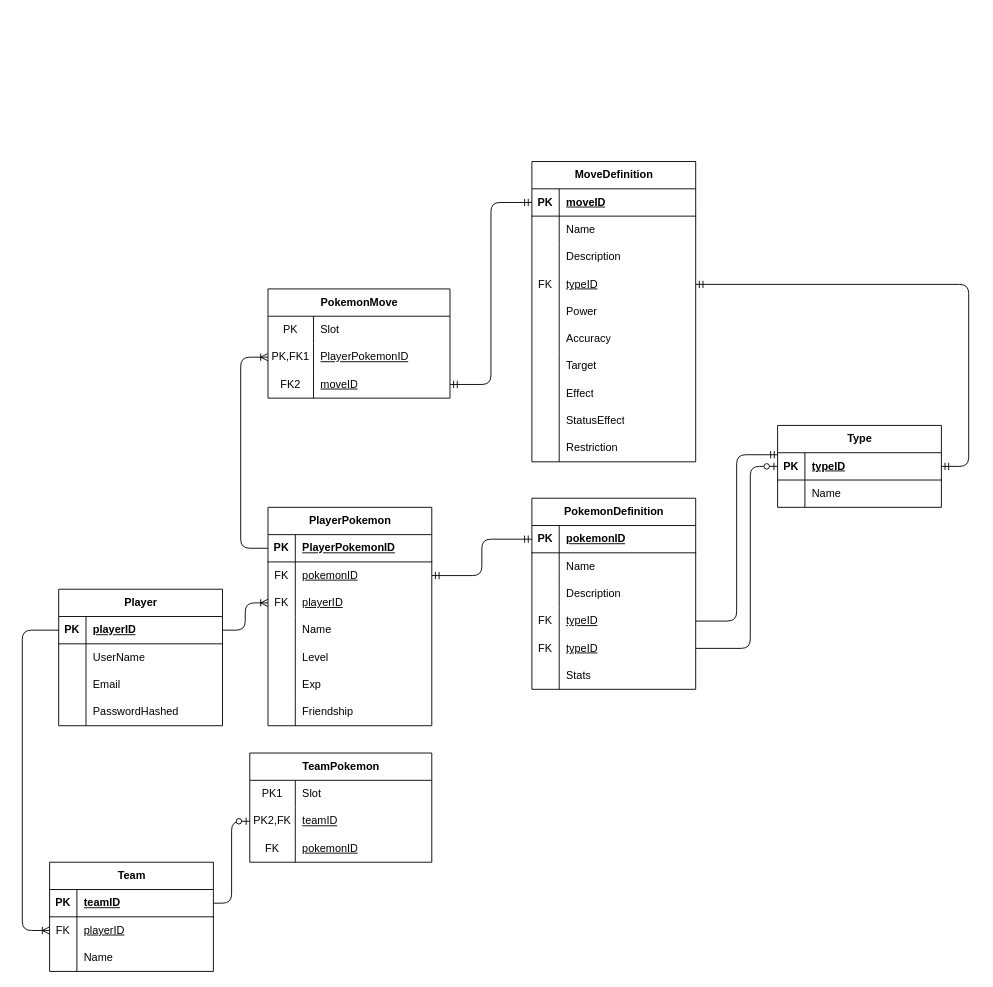
Crythemoon/PokemonBoardGame keeps this draw.io diagram as planning/database/gameMechanicsEERD.drawio. Above is the earlier version. Source tidied: cells renumbered, new cells numbered last; positions are measured from the earlier drawing's top-left corner, leaving out a move shared by most shapes. Both pictures are drawn from the tidied source at 91%, with x=0, y=0 at pixel (22, 161).
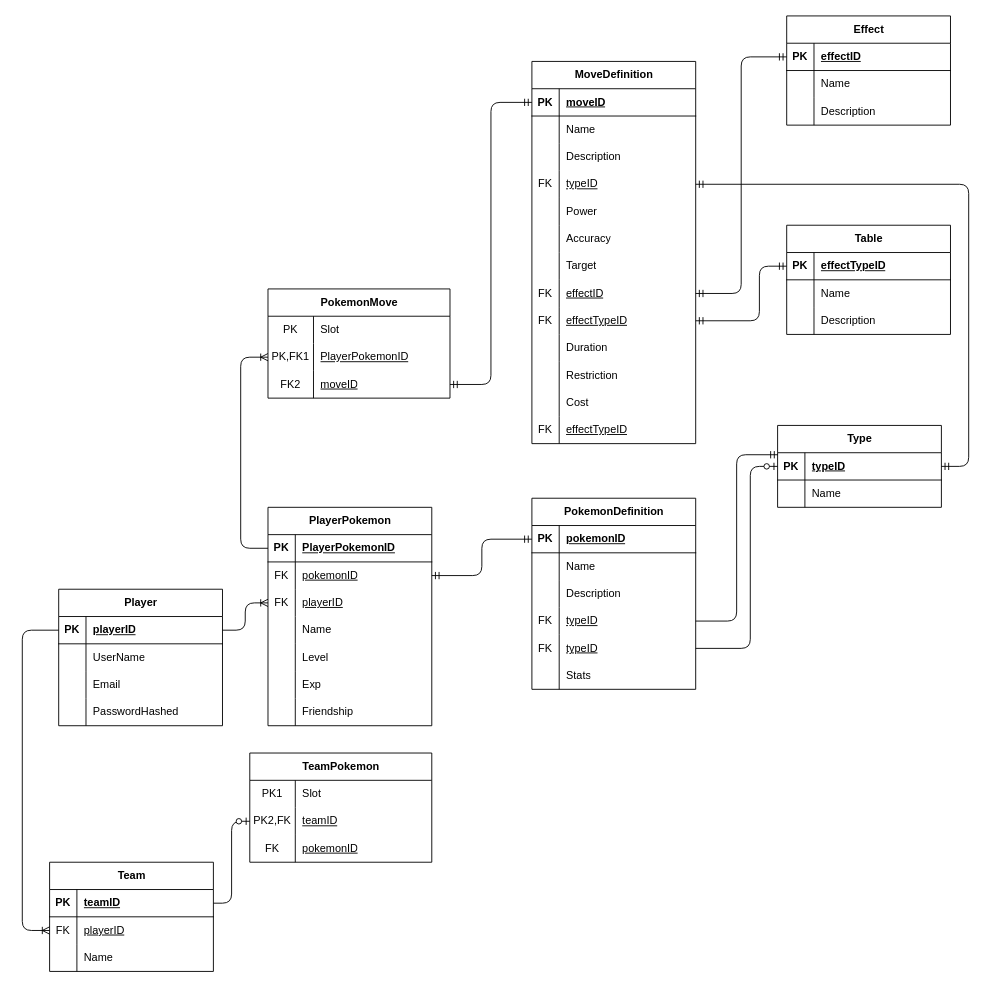
After the change.

The change refers to these unchanged cells:
```xml
<mxCell id="79" style="shape=tableRow;horizontal=0;startSize=0;swimlaneHead=0;swimlaneBody=0;fillColor=none;points=[[0,0.5],[1,0.5]];portConstraint=eastwest;top=0;left=0;right=0;bottom=0;" parent="69" vertex="1">
  <mxGeometry y="120" width="180" height="30" as="geometry" />
</mxCell>
<mxCell id="91" style="shape=tableRow;horizontal=0;startSize=0;swimlaneHead=0;swimlaneBody=0;fillColor=none;points=[[0,0.5],[1,0.5]];portConstraint=eastwest;top=0;left=0;right=0;bottom=0;" parent="69" vertex="1">
  <mxGeometry y="240" width="180" height="30" as="geometry" />
</mxCell>
<mxCell id="124" style="shape=tableRow;horizontal=0;startSize=0;swimlaneHead=0;swimlaneBody=0;fillColor=none;points=[[0,0.5],[1,0.5]];portConstraint=eastwest;top=0;left=0;right=0;bottom=1;" parent="123" vertex="1">
  <mxGeometry y="30" width="180" height="30" as="geometry" />
</mxCell>
```

Diff of the diagram source:
```diff
@@
     <mxCell id="69" value="MoveDefinition" style="shape=table;startSize=30;childLayout=tableLayout;rowLines=0;fontStyle=1;align=center;html=1;" parent="1" vertex="1">
-      <mxGeometry x="560" width="180" height="330" as="geometry" />
+      <mxGeometry x="560" y="-110" width="180" height="420" as="geometry" />
     </mxCell>
@@
-    <mxCell id="92" style="shape=partialRectangle;fillColor=none;top=0;left=0;bottom=0;right=0;overflow=hidden;whiteSpace=wrap;html=1;" parent="91" vertex="1">
+    <mxCell id="92" value="FK" style="shape=partialRectangle;fillColor=none;top=0;left=0;bottom=0;right=0;overflow=hidden;whiteSpace=wrap;html=1;" parent="91" vertex="1">
       <mxGeometry width="30" height="30" as="geometry" />
     </mxCell>
-    <mxCell id="93" value="Effect" style="shape=partialRectangle;fillColor=none;top=0;left=0;bottom=0;right=0;align=left;spacingLeft=6;overflow=hidden;whiteSpace=wrap;html=1;" parent="91" vertex="1">
+    <mxCell id="93" value="&lt;u&gt;effectID&lt;/u&gt;" style="shape=partialRectangle;fillColor=none;top=0;left=0;bottom=0;right=0;align=left;spacingLeft=6;overflow=hidden;whiteSpace=wrap;html=1;" parent="91" vertex="1">
       <mxGeometry x="30" width="150" height="30" as="geometry" />
     </mxCell>
+    <mxCell id="133" style="shape=tableRow;horizontal=0;startSize=0;swimlaneHead=0;swimlaneBody=0;fillColor=none;points=[[0,0.5],[1,0.5]];portConstraint=eastwest;top=0;left=0;right=0;bottom=0;" parent="69" vertex="1">
+      <mxGeometry y="270" width="180" height="30" as="geometry" />
+    </mxCell>
+    <mxCell id="134" value="FK" style="shape=partialRectangle;fillColor=none;top=0;left=0;bottom=0;right=0;overflow=hidden;whiteSpace=wrap;html=1;" parent="133" vertex="1">
+      <mxGeometry width="30" height="30" as="geometry" />
+    </mxCell>
+    <mxCell id="135" value="&lt;u&gt;effectTypeID&lt;/u&gt;" style="shape=partialRectangle;fillColor=none;top=0;left=0;bottom=0;right=0;align=left;spacingLeft=6;overflow=hidden;whiteSpace=wrap;html=1;" parent="133" vertex="1">
+      <mxGeometry x="30" width="150" height="30" as="geometry" />
+    </mxCell>
     <mxCell id="94" style="shape=tableRow;horizontal=0;startSize=0;swimlaneHead=0;swimlaneBody=0;fillColor=none;top=0;left=0;right=0;bottom=0;" parent="69" vertex="1">
-      <mxGeometry y="270" width="180" height="30" as="geometry" />
+      <mxGeometry y="300" width="180" height="30" as="geometry" />
     </mxCell>
@@
-    <mxCell id="96" value="StatusEffect" style="shape=partialRectangle;fillColor=none;top=0;left=0;bottom=0;right=0;align=left;spacingLeft=6;overflow=hidden;whiteSpace=wrap;html=1;" parent="94" vertex="1">
+    <mxCell id="96" value="Duration" style="shape=partialRectangle;fillColor=none;top=0;left=0;bottom=0;right=0;align=left;spacingLeft=6;overflow=hidden;whiteSpace=wrap;html=1;" parent="94" vertex="1">
       <mxGeometry x="30" width="150" height="30" as="geometry" />
     </mxCell>
     <mxCell id="97" style="shape=tableRow;horizontal=0;startSize=0;swimlaneHead=0;swimlaneBody=0;fillColor=none;top=0;left=0;right=0;bottom=0;" parent="69" vertex="1">
-      <mxGeometry y="300" width="180" height="30" as="geometry" />
+      <mxGeometry y="330" width="180" height="30" as="geometry" />
     </mxCell>
@@
+    <mxCell id="136" style="shape=tableRow;horizontal=0;startSize=0;swimlaneHead=0;swimlaneBody=0;fillColor=none;top=0;left=0;right=0;bottom=0;" parent="69" vertex="1">
+      <mxGeometry y="360" width="180" height="30" as="geometry" />
+    </mxCell>
+    <mxCell id="137" style="shape=partialRectangle;fillColor=none;top=0;left=0;bottom=0;right=0;overflow=hidden;whiteSpace=wrap;html=1;" parent="136" vertex="1">
+      <mxGeometry width="30" height="30" as="geometry" />
+    </mxCell>
+    <mxCell id="138" value="Cost" style="shape=partialRectangle;fillColor=none;top=0;left=0;bottom=0;right=0;align=left;spacingLeft=6;overflow=hidden;whiteSpace=wrap;html=1;" parent="136" vertex="1">
+      <mxGeometry x="30" width="150" height="30" as="geometry" />
+    </mxCell>
+    <mxCell id="139" style="shape=tableRow;horizontal=0;startSize=0;swimlaneHead=0;swimlaneBody=0;fillColor=none;top=0;left=0;right=0;bottom=0;" parent="69" vertex="1">
+      <mxGeometry y="390" width="180" height="30" as="geometry" />
+    </mxCell>
+    <mxCell id="140" value="FK" style="shape=partialRectangle;fillColor=none;top=0;left=0;bottom=0;right=0;overflow=hidden;whiteSpace=wrap;html=1;" parent="139" vertex="1">
+      <mxGeometry width="30" height="30" as="geometry" />
+    </mxCell>
+    <mxCell id="141" value="&lt;u&gt;effectTypeID&lt;/u&gt;" style="shape=partialRectangle;fillColor=none;top=0;left=0;bottom=0;right=0;align=left;spacingLeft=6;overflow=hidden;whiteSpace=wrap;html=1;" parent="139" vertex="1">
+      <mxGeometry x="30" width="150" height="30" as="geometry" />
+    </mxCell>
@@
     <mxCell id="132" style="edgeStyle=orthogonalEdgeStyle;fontSize=12;html=1;endArrow=ERmandOne;startArrow=ERmandOne;entryX=1;entryY=0.5;entryDx=0;entryDy=0;exitX=1;exitY=0.5;exitDx=0;exitDy=0;" parent="1" edge="1" source="124" target="79">
       <mxGeometry x="0.08" relative="1" as="geometry">
         <Array as="points">
           <mxPoint x="1040" y="335" />
-          <mxPoint x="1040" y="135" />
+          <mxPoint x="1040" y="25" />
         </Array>
       </mxGeometry>
     </mxCell>
+    <mxCell id="142" value="Effect" style="shape=table;startSize=30;childLayout=tableLayout;rowLines=0;fontStyle=1;align=center;html=1;" parent="1" vertex="1">
+      <mxGeometry x="840" y="-160" width="180" height="120" as="geometry" />
+    </mxCell>
+    <mxCell id="143" style="shape=tableRow;horizontal=0;startSize=0;swimlaneHead=0;swimlaneBody=0;fillColor=none;points=[[0,0.5],[1,0.5]];portConstraint=eastwest;top=0;left=0;right=0;bottom=1;" parent="142" vertex="1">
+      <mxGeometry y="30" width="180" height="30" as="geometry" />
+    </mxCell>
+    <mxCell id="144" value="PK" style="shape=partialRectangle;fillColor=none;top=0;left=0;bottom=0;right=0;fontStyle=1;overflow=hidden;whiteSpace=wrap;html=1;" parent="143" vertex="1">
+      <mxGeometry width="30" height="30" as="geometry" />
+    </mxCell>
+    <mxCell id="145" value="effectID" style="shape=partialRectangle;fillColor=none;top=0;left=0;bottom=0;right=0;align=left;spacingLeft=6;fontStyle=5;overflow=hidden;whiteSpace=wrap;html=1;" parent="143" vertex="1">
+      <mxGeometry x="30" width="150" height="30" as="geometry" />
+    </mxCell>
+    <mxCell id="146" style="shape=tableRow;horizontal=0;startSize=0;swimlaneHead=0;swimlaneBody=0;fillColor=none;top=0;left=0;right=0;bottom=0;" parent="142" vertex="1">
+      <mxGeometry y="60" width="180" height="30" as="geometry" />
+    </mxCell>
+    <mxCell id="147" style="shape=partialRectangle;fillColor=none;top=0;left=0;bottom=0;right=0;overflow=hidden;whiteSpace=wrap;html=1;" parent="146" vertex="1">
+      <mxGeometry width="30" height="30" as="geometry" />
+    </mxCell>
+    <mxCell id="148" value="Name" style="shape=partialRectangle;fillColor=none;top=0;left=0;bottom=0;right=0;align=left;spacingLeft=6;overflow=hidden;whiteSpace=wrap;html=1;" parent="146" vertex="1">
+      <mxGeometry x="30" width="150" height="30" as="geometry" />
+    </mxCell>
+    <mxCell id="149" style="shape=tableRow;horizontal=0;startSize=0;swimlaneHead=0;swimlaneBody=0;fillColor=none;top=0;left=0;right=0;bottom=0;" parent="142" vertex="1">
+      <mxGeometry y="90" width="180" height="30" as="geometry" />
+    </mxCell>
+    <mxCell id="150" style="shape=partialRectangle;fillColor=none;top=0;left=0;bottom=0;right=0;overflow=hidden;whiteSpace=wrap;html=1;" parent="149" vertex="1">
+      <mxGeometry width="30" height="30" as="geometry" />
+    </mxCell>
+    <mxCell id="151" value="Description" style="shape=partialRectangle;fillColor=none;top=0;left=0;bottom=0;right=0;align=left;spacingLeft=6;overflow=hidden;whiteSpace=wrap;html=1;" parent="149" vertex="1">
+      <mxGeometry x="30" width="150" height="30" as="geometry" />
+    </mxCell>
+    <mxCell id="152" style="edgeStyle=orthogonalEdgeStyle;fontSize=12;html=1;endArrow=ERmandOne;startArrow=ERmandOne;entryX=0;entryY=0.5;entryDx=0;entryDy=0;exitX=1;exitY=0.5;exitDx=0;exitDy=0;" parent="1" edge="1" source="91" target="143">
+      <mxGeometry relative="1" as="geometry" />
+    </mxCell>
+    <mxCell id="153" value="Table" style="shape=table;startSize=30;childLayout=tableLayout;rowLines=0;fontStyle=1;align=center;html=1;" parent="1" vertex="1">
+      <mxGeometry x="840" y="70" width="180" height="120" as="geometry" />
+    </mxCell>
+    <mxCell id="154" style="shape=tableRow;horizontal=0;startSize=0;swimlaneHead=0;swimlaneBody=0;fillColor=none;points=[[0,0.5],[1,0.5]];portConstraint=eastwest;top=0;left=0;right=0;bottom=1;" parent="153" vertex="1">
+      <mxGeometry y="30" width="180" height="30" as="geometry" />
+    </mxCell>
+    <mxCell id="155" value="PK" style="shape=partialRectangle;fillColor=none;top=0;left=0;bottom=0;right=0;fontStyle=1;overflow=hidden;whiteSpace=wrap;html=1;" parent="154" vertex="1">
+      <mxGeometry width="30" height="30" as="geometry" />
+    </mxCell>
+    <mxCell id="156" value="effectTypeID" style="shape=partialRectangle;fillColor=none;top=0;left=0;bottom=0;right=0;align=left;spacingLeft=6;fontStyle=5;overflow=hidden;whiteSpace=wrap;html=1;" parent="154" vertex="1">
+      <mxGeometry x="30" width="150" height="30" as="geometry" />
+    </mxCell>
+    <mxCell id="157" style="shape=tableRow;horizontal=0;startSize=0;swimlaneHead=0;swimlaneBody=0;fillColor=none;top=0;left=0;right=0;bottom=0;" parent="153" vertex="1">
+      <mxGeometry y="60" width="180" height="30" as="geometry" />
+    </mxCell>
+    <mxCell id="158" style="shape=partialRectangle;fillColor=none;top=0;left=0;bottom=0;right=0;overflow=hidden;whiteSpace=wrap;html=1;" parent="157" vertex="1">
+      <mxGeometry width="30" height="30" as="geometry" />
+    </mxCell>
+    <mxCell id="159" value="Name" style="shape=partialRectangle;fillColor=none;top=0;left=0;bottom=0;right=0;align=left;spacingLeft=6;overflow=hidden;whiteSpace=wrap;html=1;" parent="157" vertex="1">
+      <mxGeometry x="30" width="150" height="30" as="geometry" />
+    </mxCell>
+    <mxCell id="160" style="shape=tableRow;horizontal=0;startSize=0;swimlaneHead=0;swimlaneBody=0;fillColor=none;top=0;left=0;right=0;bottom=0;" parent="153" vertex="1">
+      <mxGeometry y="90" width="180" height="30" as="geometry" />
+    </mxCell>
+    <mxCell id="161" style="shape=partialRectangle;fillColor=none;top=0;left=0;bottom=0;right=0;overflow=hidden;whiteSpace=wrap;html=1;" parent="160" vertex="1">
+      <mxGeometry width="30" height="30" as="geometry" />
+    </mxCell>
+    <mxCell id="162" value="Description" style="shape=partialRectangle;fillColor=none;top=0;left=0;bottom=0;right=0;align=left;spacingLeft=6;overflow=hidden;whiteSpace=wrap;html=1;" parent="160" vertex="1">
+      <mxGeometry x="30" width="150" height="30" as="geometry" />
+    </mxCell>
+    <mxCell id="163" style="edgeStyle=orthogonalEdgeStyle;fontSize=12;html=1;endArrow=ERmandOne;startArrow=ERmandOne;entryX=0;entryY=0.5;entryDx=0;entryDy=0;exitX=1;exitY=0.5;exitDx=0;exitDy=0;" parent="1" edge="1" source="133" target="154">
+      <mxGeometry relative="1" as="geometry">
+        <Array as="points">
+          <mxPoint x="810" y="175" />
+          <mxPoint x="810" y="115" />
+        </Array>
+      </mxGeometry>
+    </mxCell>
```
